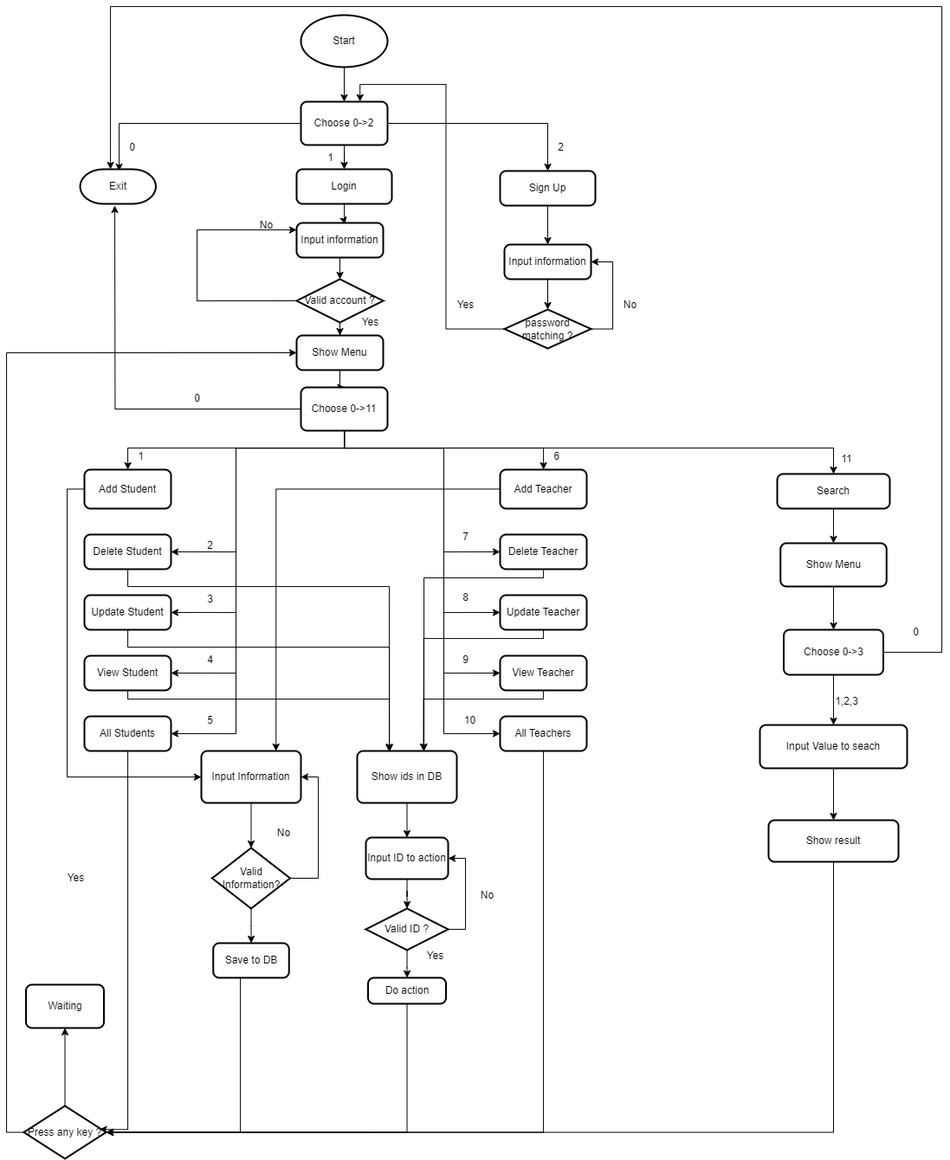
The draw.io diagram Teky.Training.HP1.drawio.png in nguyentien4106/teky.training, before a commit. Source tidied: cells renumbered, new cells last; positions are measured from the earlier drawing's top-left corner, leaving out a move shared by most shapes.
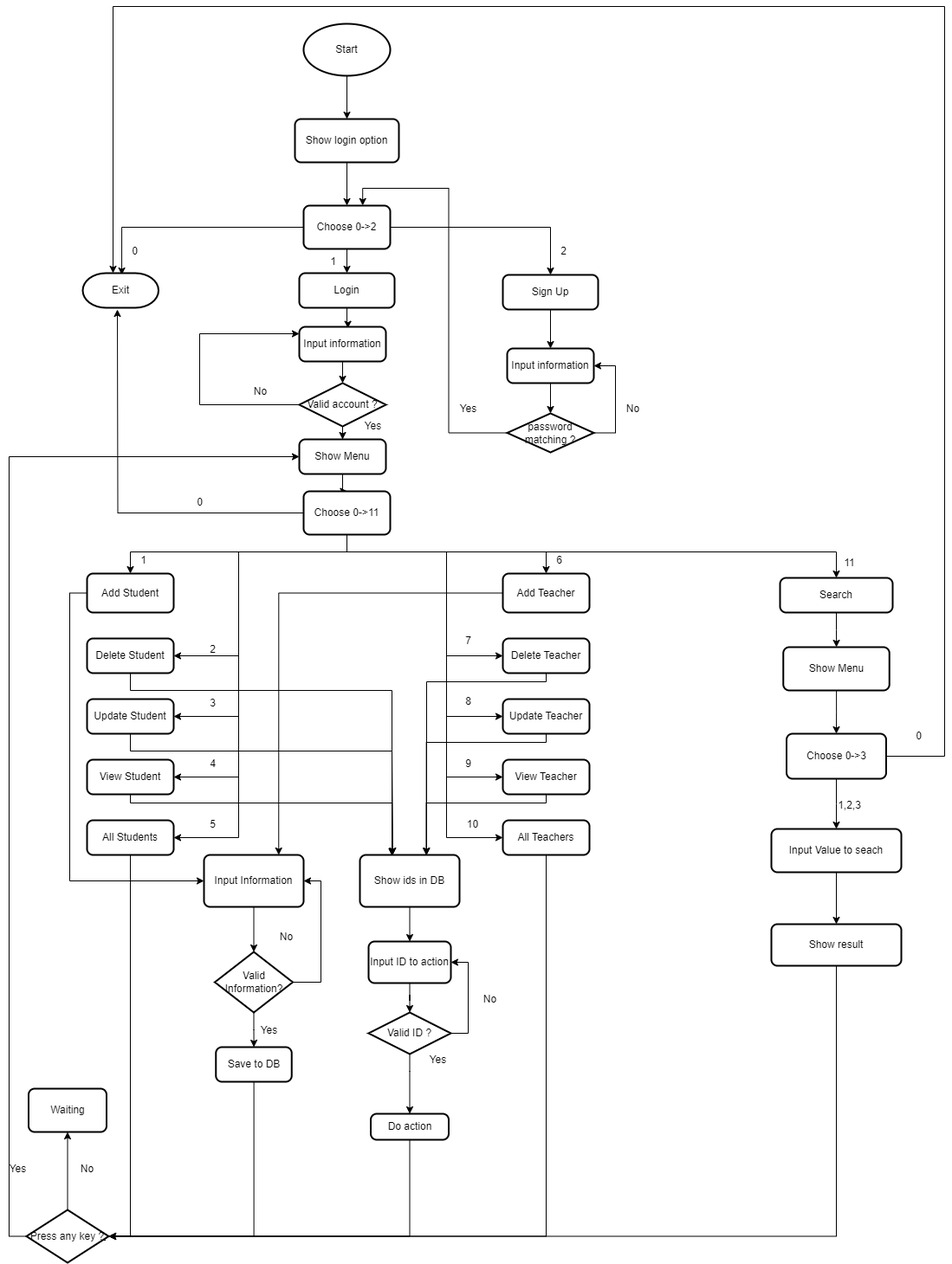
Later version of the same file.

Diff of the diagram source:
```diff
@@ -2,12 +2,12 @@
   <root>
     <mxCell id="0" />
     <mxCell id="1" parent="0" />
+    <mxCell id="114" style="edgeStyle=orthogonalEdgeStyle;rounded=0;jettySize=auto;html=1;" parent="1" edge="1" source="2" target="118">
+      <mxGeometry relative="1" as="geometry" />
+    </mxCell>
     <mxCell id="2" value="Start&lt;br&gt;" style="strokeWidth=2;html=1;shape=mxgraph.flowchart.start_1;whiteSpace=wrap;" parent="1" vertex="1">
-      <mxGeometry x="320" y="10" width="100" height="60" as="geometry" />
+      <mxGeometry x="320" y="-100" width="100" height="60" as="geometry" />
     </mxCell>
-    <mxCell id="3" style="edgeStyle=orthogonalEdgeStyle;rounded=0;jettySize=auto;html=1;" parent="1" edge="1" source="2" target="7">
-      <mxGeometry relative="1" as="geometry" />
-    </mxCell>
     <mxCell id="4" style="edgeStyle=orthogonalEdgeStyle;rounded=0;jettySize=auto;html=1;" parent="1" edge="1" source="7">
       <mxGeometry relative="1" as="geometry">
         <mxPoint x="110.1" y="190" as="targetPoint" />
@@ -61,7 +61,7 @@
       <mxGeometry x="315" y="315" width="100" height="50" as="geometry" />
     </mxCell>
     <mxCell id="18" value="No" style="text;html=1;align=center;verticalAlign=middle;strokeColor=none;fillColor=none;" parent="1" vertex="1">
-      <mxGeometry x="260" y="238" width="40" height="30" as="geometry" />
+      <mxGeometry x="250" y="310" width="40" height="30" as="geometry" />
     </mxCell>
     <mxCell id="19" style="edgeStyle=orthogonalEdgeStyle;rounded=0;jettySize=auto;html=1;entryX=1;entryY=0.5;entryDx=0;entryDy=0;" parent="1" edge="1" source="21" target="111">
       <mxGeometry relative="1" as="geometry">
@@ -246,7 +246,8 @@
     <mxCell id="48" style="edgeStyle=orthogonalEdgeStyle;rounded=0;jettySize=auto;html=1;entryX=0.92;entryY=0.447;entryDx=0;entryDy=0;entryPerimeter=0;" parent="1" edge="1" source="49" target="81">
       <mxGeometry relative="1" as="geometry">
         <Array as="points">
-          <mxPoint x="120" y="1297" />
+          <mxPoint x="120" y="1300" />
+          <mxPoint x="87" y="1300" />
         </Array>
       </mxGeometry>
     </mxCell>
@@ -297,7 +298,7 @@
     <mxCell id="62" style="edgeStyle=orthogonalEdgeStyle;rounded=0;jettySize=auto;html=1;entryX=1;entryY=0.5;entryDx=0;entryDy=0;entryPerimeter=0;" parent="1" edge="1" source="63" target="81">
       <mxGeometry relative="1" as="geometry">
         <Array as="points">
-          <mxPoint x="250" y="1301" />
+          <mxPoint x="263" y="1301" />
         </Array>
       </mxGeometry>
     </mxCell>
@@ -377,9 +378,6 @@
     <mxCell id="81" value="Press any key ?" style="strokeWidth=2;html=1;shape=mxgraph.flowchart.decision;whiteSpace=wrap;" parent="1" vertex="1">
       <mxGeometry y="1270" width="95" height="61" as="geometry" />
     </mxCell>
-    <mxCell id="82" value="Yes&lt;br&gt;" style="text;html=1;align=center;verticalAlign=middle;strokeColor=none;fillColor=none;" parent="1" vertex="1">
-      <mxGeometry x="40" y="992" width="40" height="30" as="geometry" />
-    </mxCell>
     <mxCell id="83" value="Waiting" style="rounded=1;whiteSpace=wrap;html=1;absoluteArcSize=1;arcSize=14;strokeWidth=2;" parent="1" vertex="1">
       <mxGeometry x="2.5" y="1130" width="90" height="50" as="geometry" />
     </mxCell>
@@ -424,7 +422,7 @@
       </mxGeometry>
     </mxCell>
     <mxCell id="93" value="Do action" style="rounded=1;whiteSpace=wrap;html=1;absoluteArcSize=1;arcSize=14;strokeWidth=2;" parent="1" vertex="1">
-      <mxGeometry x="397.5" y="1122" width="90" height="30" as="geometry" />
+      <mxGeometry x="397.5" y="1159" width="90" height="30" as="geometry" />
     </mxCell>
     <mxCell id="94" value="Exit" style="strokeWidth=2;html=1;shape=mxgraph.flowchart.terminator;whiteSpace=wrap;" parent="1" vertex="1">
       <mxGeometry x="65" y="188" width="87.5" height="40" as="geometry" />
@@ -448,8 +446,8 @@
       <mxGeometry relative="1" as="geometry">
         <Array as="points">
           <mxPoint x="1060" y="746" />
-          <mxPoint x="1060" />
-          <mxPoint x="100" />
+          <mxPoint x="1060" y="-120" />
+          <mxPoint x="100" y="-120" />
         </Array>
       </mxGeometry>
     </mxCell>
@@ -471,7 +469,7 @@
       <mxGeometry relative="1" as="geometry" />
     </mxCell>
     <mxCell id="106" value="Input Value to seach" style="rounded=1;whiteSpace=wrap;html=1;absoluteArcSize=1;arcSize=14;strokeWidth=2;" parent="1" vertex="1">
-      <mxGeometry x="850" y="830" width="170" height="50" as="geometry" />
+      <mxGeometry x="860" y="830" width="150" height="50" as="geometry" />
     </mxCell>
     <mxCell id="107" style="edgeStyle=orthogonalEdgeStyle;rounded=0;jettySize=auto;html=1;entryX=1;entryY=0.5;entryDx=0;entryDy=0;entryPerimeter=0;" parent="1" edge="1" source="108" target="81">
       <mxGeometry relative="1" as="geometry">
@@ -498,5 +496,20 @@
     <mxCell id="113" value="Input information" style="rounded=1;whiteSpace=wrap;html=1;absoluteArcSize=1;arcSize=14;strokeWidth=2;" parent="1" vertex="1">
       <mxGeometry x="315" y="250" width="100" height="40" as="geometry" />
     </mxCell>
+    <mxCell id="115" value="No" style="text;html=1;align=center;verticalAlign=middle;strokeColor=none;fillColor=none;" parent="1" vertex="1">
+      <mxGeometry x="50" y="1208" width="40" height="30" as="geometry" />
+    </mxCell>
+    <mxCell id="82" value="Yes&lt;br&gt;" style="text;html=1;align=center;verticalAlign=middle;strokeColor=none;fillColor=none;" parent="1" vertex="1">
+      <mxGeometry x="260" y="1048" width="40" height="30" as="geometry" />
+    </mxCell>
+    <mxCell id="116" value="Yes" style="text;html=1;align=center;verticalAlign=middle;strokeColor=none;fillColor=none;" parent="1" vertex="1">
+      <mxGeometry x="-30" y="1208" width="40" height="30" as="geometry" />
+    </mxCell>
+    <mxCell id="117" style="edgeStyle=orthogonalEdgeStyle;rounded=0;jettySize=auto;html=1;" parent="1" edge="1" source="118" target="7">
+      <mxGeometry relative="1" as="geometry" />
+    </mxCell>
+    <mxCell id="118" value="Show login option" style="rounded=1;whiteSpace=wrap;html=1;absoluteArcSize=1;arcSize=14;strokeWidth=2;" parent="1" vertex="1">
+      <mxGeometry x="310" y="10" width="120" height="50" as="geometry" />
+    </mxCell>
   </root>
 </mxGraphModel>
```
